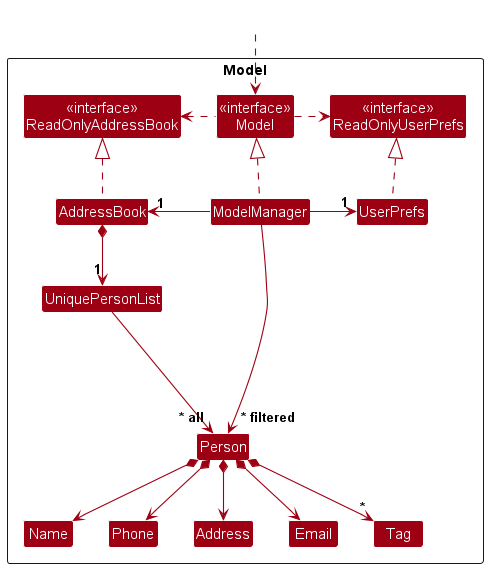
nus-cs2103-AY2324S2/tp keeps this PlantUML diagram as docs/images/ModelClassDiagram.png. Above is the earlier version.
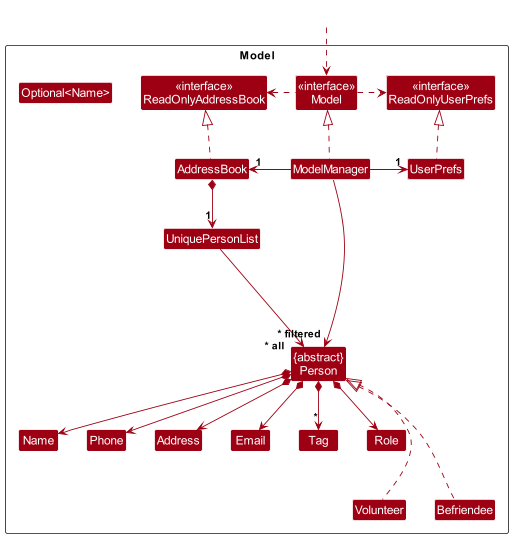
Later version of the same file.

Diff of the diagram source:
```diff
@@ -13,12 +13,17 @@
 Class UserPrefs
 
 Class UniquePersonList
-Class Person
+Class "{abstract}\nPerson" as Person
 Class Address
 Class Email
 Class Name
 Class Phone
 Class Tag
+Class Role
+Class "Optional<Name>"
+
+Class Volunteer
+Class Befriendee
 
 Class I #FFFFFF
 }
@@ -42,6 +47,14 @@
 Person *--> Email
 Person *--> Address
 Person *--> "*" Tag
+Person *--> Role
+
+Volunteer .up.|> Person
+Befriendee .up.|> Person
+
+Person -[hidden]down--> Volunteer
+Person -[hidden]down--> Befriendee
+
 
 Person -[hidden]up--> I
 UniquePersonList -[hidden]right-> I
@@ -50,5 +63,7 @@
 Phone -[hidden]right-> Address
 Address -[hidden]right-> Email
 
+
+
 ModelManager --> "~* filtered" Person
 @enduml
```
